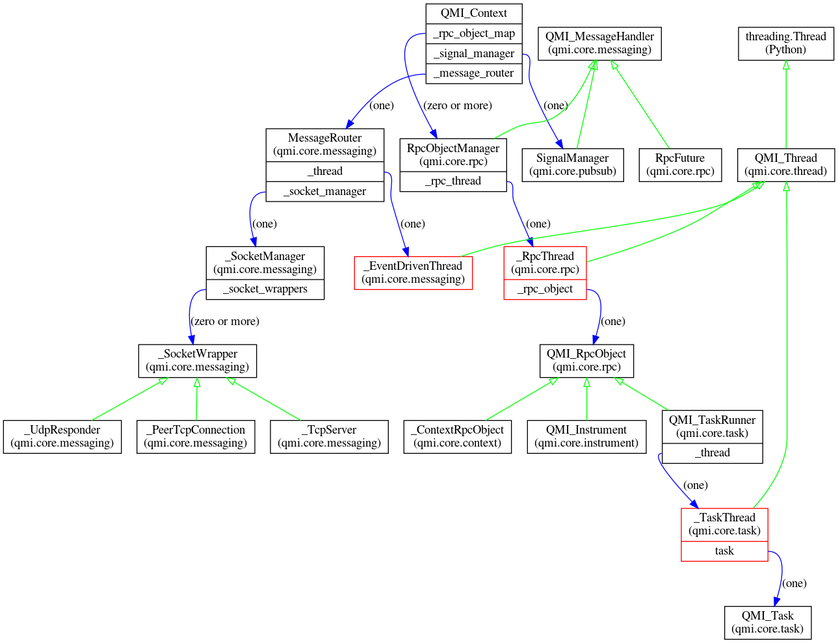
The Graphviz diagram documentation/sphinx/source/images/class_diagram_main.png in QuTech-Delft/QMI, before a commit. Its source is kept beside it as documentation/sphinx/source/images/class_diagram_main.dot. Source of this version:
```dot
digraph {

    cls_qmi_context [shape=record label="{ QMI_Context | <rpc_objects> _rpc_object_map | <signal_manager> _signal_manager | <message_router> _message_router }"];

    cls_message_router [shape=record label="{ MessageRouter\n(qmi.core.messaging) | <thread> _thread | <socket_manager> _socket_manager }" ];

    cls_socket_manager [shape=record label="{ _SocketManager\n(qmi.core.messaging) | <socket_wrappers> _socket_wrappers }" ];


    cls_socket_wrapper       [shape=record label="{ _SocketWrapper\n(qmi.core.messaging) }" ];
    cls_udp_responder        [shape=record label="{ _UdpResponder\n(qmi.core.messaging) }" ];
    cls_peer_tcp_connection  [shape=record label="{ _PeerTcpConnection\n(qmi.core.messaging) }" ];
    cls_tcp_server           [shape=record label="{ _TcpServer\n(qmi.core.messaging) }" ];


    cls_qmi_message_handler [shape=record label="{ QMI_MessageHandler\n(qmi.core.messaging) }" ];
    cls_rpc_object_manager  [shape=record label="{ RpcObjectManager\n(qmi.core.rpc) | <rpc_thread> _rpc_thread }" ];
    cls_rpc_future          [shape=record label="{ RpcFuture\n(qmi.core.rpc) }" ];
    cls_signal_manager      [shape=record label="{ SignalManager\n(qmi.core.pubsub) }" ];


    cls_rpc_object          [shape=record label="{ QMI_RpcObject\n(qmi.core.rpc) }"        ];
    cls_context_rpc_object  [shape=record label="{ _ContextRpcObject\n(qmi.core.context) }"];
    cls_qmi_instrument      [shape=record label="{ QMI_Instrument\n(qmi.core.instrument) }"];
    cls_qmi_task_runner     [shape=record label="{ QMI_TaskRunner\n(qmi.core.task) | <thread> _thread }" ];


    cls_python_thread       [shape=record label="{ threading.Thread\n(Python) }"];
    cls_qmi_thread          [shape=record label="{ QMI_Thread\n(qmi.core.thread) }"];
    cls_rpc_thread          [shape=record label="{ _RpcThread\n(qmi.core.rpc) | <rpc_object> _rpc_object}" color=red ];
    cls_event_driven_thread [shape=record label="{ _EventDrivenThread\n(qmi.core.messaging) }" color=red ];
    cls_task_thread         [shape=record label="{ _TaskThread\n(qmi.core.task) | <task> task }" color=red ];


    cls_qmi_task            [shape=record label="{ QMI_Task\n(qmi.core.task) }"];




    cls_qmi_message_handler -> cls_rpc_object_manager  [dir="back" arrowtail="onormal" color="green"];
    cls_qmi_message_handler -> cls_rpc_future          [dir="back" arrowtail="onormal" color="green"];
    cls_qmi_message_handler -> cls_signal_manager      [dir="back" arrowtail="onormal" color="green"];

    cls_python_thread -> cls_qmi_thread            [dir="back" arrowtail="onormal" color="green"];
    cls_qmi_thread    -> cls_rpc_thread            [dir="back" arrowtail="onormal" color="green"];
    cls_qmi_thread    -> cls_event_driven_thread   [dir="back" arrowtail="onormal" color="green"];
    cls_qmi_thread    -> cls_task_thread           [dir="back" arrowtail="onormal" color="green"];

    cls_rpc_object -> cls_context_rpc_object  [dir="back" arrowtail="onormal" color="green"];
    cls_rpc_object -> cls_qmi_instrument      [dir="back" arrowtail="onormal" color="green"];
    cls_rpc_object -> cls_qmi_task_runner     [dir="back" arrowtail="onormal" color="green"];

    cls_socket_wrapper    -> cls_udp_responder        [dir="back" arrowtail="onormal" color="green"];
    cls_socket_wrapper    -> cls_peer_tcp_connection  [dir="back" arrowtail="onormal" color="green"];
    cls_socket_wrapper    -> cls_tcp_server           [dir="back" arrowtail="onormal" color="green"];


    cls_qmi_context:rpc_objects:w       -> cls_rpc_object_manager [color="blue", label="(zero or more)"];
    cls_rpc_thread:rpc_object:e         -> cls_rpc_object         [color="blue", label="(one)"];
    cls_rpc_object_manager:rpc_thread:e -> cls_rpc_thread         [color="blue", label="(one)"];

    cls_qmi_task_runner:thread:w -> cls_task_thread [color="blue", label="(one)"];
    cls_task_thread:task:e -> cls_qmi_task [color="blue", label="(one)"];

    cls_message_router:thread:e -> cls_event_driven_thread [color="blue", label="(one)"];
    cls_message_router:socket_manager:w -> cls_socket_manager [color="blue", label="(one)"];
    cls_socket_manager:socket_wrappers:w -> cls_socket_wrapper [color="blue", label="(zero or more)"];

    cls_qmi_context:signal_manager:e -> cls_signal_manager [color="blue", label="(one)"];
    cls_qmi_context:message_router:w -> cls_message_router [color="blue", label="(one)"];
}
```
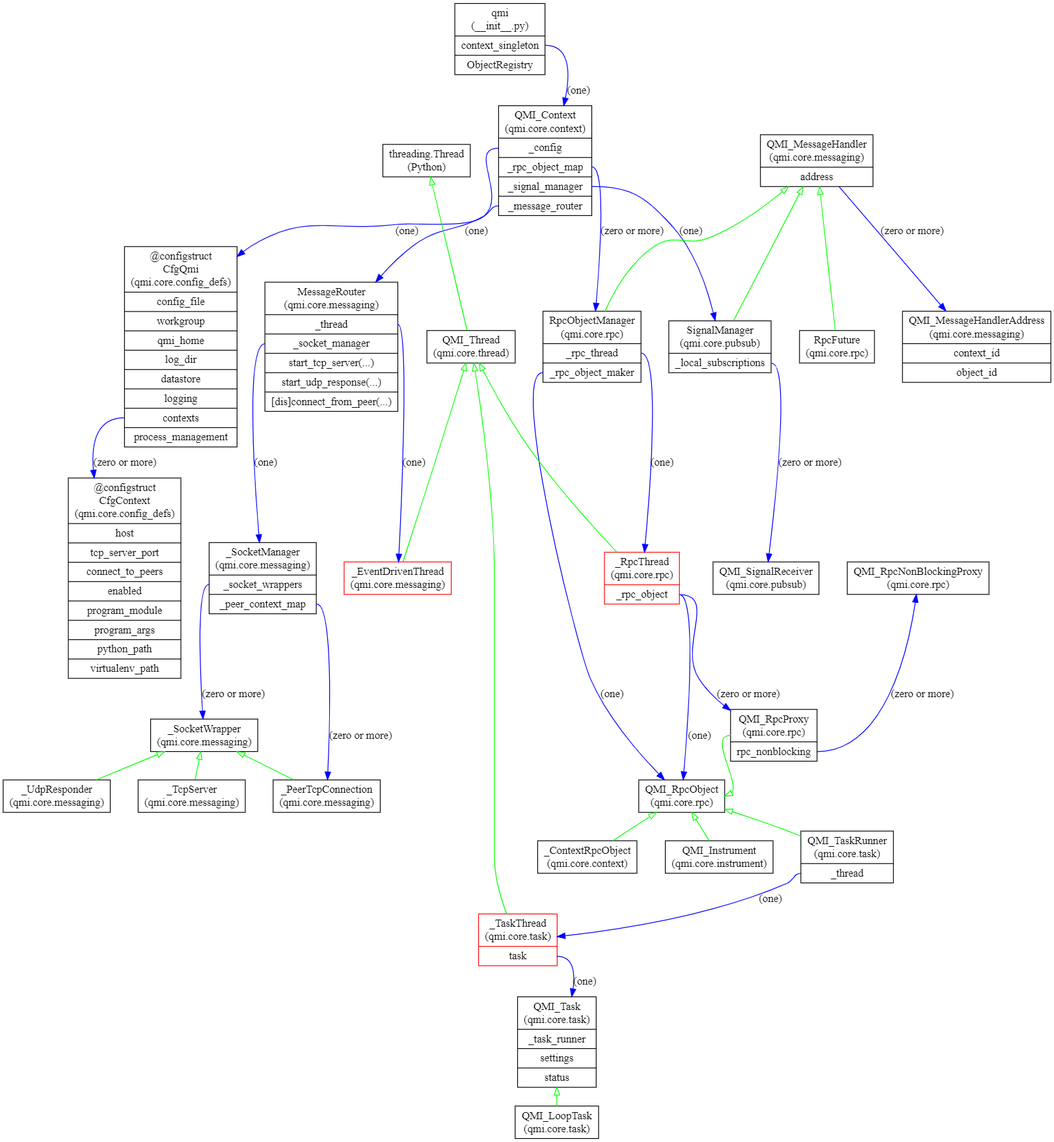
The same file after the commit.

What changed in the source:
```diff
@@ -1,71 +1,102 @@
 digraph {
-
-    cls_qmi_context [shape=record label="{ QMI_Context | <rpc_objects> _rpc_object_map | <signal_manager> _signal_manager | <message_router> _message_router }"];
-
-    cls_message_router [shape=record label="{ MessageRouter\n(qmi.core.messaging) | <thread> _thread | <socket_manager> _socket_manager }" ];
-
-    cls_socket_manager [shape=record label="{ _SocketManager\n(qmi.core.messaging) | <socket_wrappers> _socket_wrappers }" ];
+    ranksep=0.3
+    nodesep=0.5
 
 
-    cls_socket_wrapper       [shape=record label="{ _SocketWrapper\n(qmi.core.messaging) }" ];
-    cls_udp_responder        [shape=record label="{ _UdpResponder\n(qmi.core.messaging) }" ];
-    cls_peer_tcp_connection  [shape=record label="{ _PeerTcpConnection\n(qmi.core.messaging) }" ];
-    cls_tcp_server           [shape=record label="{ _TcpServer\n(qmi.core.messaging) }" ];
+    qmi_module              [shape=record label="{ qmi\n(__init__.py) | <ctx_singleton> context_singleton | ObjectRegistry }"];
 
 
-    cls_qmi_message_handler [shape=record label="{ QMI_MessageHandler\n(qmi.core.messaging) }" ];
-    cls_rpc_object_manager  [shape=record label="{ RpcObjectManager\n(qmi.core.rpc) | <rpc_thread> _rpc_thread }" ];
-    cls_rpc_future          [shape=record label="{ RpcFuture\n(qmi.core.rpc) }" ];
-    cls_signal_manager      [shape=record label="{ SignalManager\n(qmi.core.pubsub) }" ];
+    cls_qmi_context         [shape=record label="{ QMI_Context\n(qmi.core.context) | <qmi_config> _config | <rpc_objects> _rpc_object_map | <signal_manager> _signal_manager | <message_router> _message_router }"];
+
+    cls_message_router      [shape=record label="{ MessageRouter\n(qmi.core.messaging) | <thread> _thread | <socket_manager> _socket_manager | start_tcp_server(...) | start_udp_response(...) | [dis]connect_from_peer(...) }" ];
+
+    cls_socket_manager      [shape=record label="{ _SocketManager\n(qmi.core.messaging) | <socket_wrappers> _socket_wrappers | <peer_ctx_map> _peer_context_map }" ];
+
+    cls_cfg_qmi             [shape=record label="{ @configstruct\nCfgQmi\n(qmi.core.config_defs) | <cfg_file> config_file | workgroup | qmi_home | log_dir | datastore | <cfg_logging> logging | <cfg_ctx> contexts | <cfg_proc_mgmt> process_management }"];
+
+    cls_cfg_ctx             [shape=record label="{ @configstruct\nCfgContext\n(qmi.core.config_defs) | host | tcp_server_port | connect_to_peers | enabled | program_module | program_args | python_path | virtualenv_path }"];
 
 
-    cls_rpc_object          [shape=record label="{ QMI_RpcObject\n(qmi.core.rpc) }"        ];
-    cls_context_rpc_object  [shape=record label="{ _ContextRpcObject\n(qmi.core.context) }"];
-    cls_qmi_instrument      [shape=record label="{ QMI_Instrument\n(qmi.core.instrument) }"];
-    cls_qmi_task_runner     [shape=record label="{ QMI_TaskRunner\n(qmi.core.task) | <thread> _thread }" ];
+    cls_socket_wrapper      [shape=record label="{ _SocketWrapper\n(qmi.core.messaging) }" ];
+    cls_udp_responder       [shape=record label="{ _UdpResponder\n(qmi.core.messaging) }" ];
+    cls_peer_tcp_connection [shape=record label="{ _PeerTcpConnection\n(qmi.core.messaging) }" ];
+    cls_tcp_server          [shape=record label="{ _TcpServer\n(qmi.core.messaging) }" ];
 
 
-    cls_python_thread       [shape=record label="{ threading.Thread\n(Python) }"];
-    cls_qmi_thread          [shape=record label="{ QMI_Thread\n(qmi.core.thread) }"];
+    cls_qmi_message_handler [shape=record label="{ QMI_MessageHandler\n(qmi.core.messaging) | <msghanlderaddr> address }" ];
+    cls_qmi_msg_handlr_addr [shape=record label="{ QMI_MessageHandlerAddress\n(qmi.core.messaging) | context_id | object_id }" ];
+    cls_rpc_object_manager  [shape=record label="{ RpcObjectManager\n(qmi.core.rpc) | <rpc_thread> _rpc_thread | <rpc_obj_mkr> _rpc_object_maker }" ];
+    cls_rpc_future          [shape=record label="{ RpcFuture\n(qmi.core.rpc) }" ];
+    cls_signal_manager      [shape=record label="{ SignalManager\n(qmi.core.pubsub) | <local_subs> _local_subscriptions }" ];
+
+
+    cls_rpc_object          [shape=record label="{ QMI_RpcObject\n(qmi.core.rpc) }" ];
+    cls_rpc_proxy           [shape=record label="{ QMI_RpcProxy\n(qmi.core.rpc) | <nonblocking> rpc_nonblocking }" ];
+    cls_rpc_nb_proxy        [shape=record label="{ QMI_RpcNonBlockingProxy\n(qmi.core.rpc) }" ];
+    cls_context_rpc_object  [shape=record label="{ _ContextRpcObject\n(qmi.core.context) }" ];
+    cls_qmi_instrument      [shape=record label="{ QMI_Instrument\n(qmi.core.instrument) }" ];
+
+
+    cls_python_thread       [shape=record label="{ threading.Thread\n(Python) }" ];
+    cls_qmi_thread          [shape=record label="{ QMI_Thread\n(qmi.core.thread) }" ];
     cls_rpc_thread          [shape=record label="{ _RpcThread\n(qmi.core.rpc) | <rpc_object> _rpc_object}" color=red ];
     cls_event_driven_thread [shape=record label="{ _EventDrivenThread\n(qmi.core.messaging) }" color=red ];
     cls_task_thread         [shape=record label="{ _TaskThread\n(qmi.core.task) | <task> task }" color=red ];
 
 
-    cls_qmi_task            [shape=record label="{ QMI_Task\n(qmi.core.task) }"];
+    cls_qmi_task_runner     [shape=record label="{ QMI_TaskRunner\n(qmi.core.task) | <thread> _thread }" ];
+    cls_qmi_task            [shape=record label="{ QMI_Task\n(qmi.core.task) | <task_runner> _task_runner | settings | status }"];
+    cls_qmi_looptask        [shape=record label="{ QMI_LoopTask\n(qmi.core.task) }"];
 
 
+    cls_qmi_signalrecv      [shape=record label="{ QMI_SignalReceiver\n(qmi.core.pubsub) }"];
 
 
     cls_qmi_message_handler -> cls_rpc_object_manager  [dir="back" arrowtail="onormal" color="green"];
     cls_qmi_message_handler -> cls_rpc_future          [dir="back" arrowtail="onormal" color="green"];
     cls_qmi_message_handler -> cls_signal_manager      [dir="back" arrowtail="onormal" color="green"];
 
-    cls_python_thread -> cls_qmi_thread            [dir="back" arrowtail="onormal" color="green"];
-    cls_qmi_thread    -> cls_rpc_thread            [dir="back" arrowtail="onormal" color="green"];
-    cls_qmi_thread    -> cls_event_driven_thread   [dir="back" arrowtail="onormal" color="green"];
-    cls_qmi_thread    -> cls_task_thread           [dir="back" arrowtail="onormal" color="green"];
+    cls_python_thread -> cls_qmi_thread                [dir="back" arrowtail="onormal" color="green"];
+    cls_qmi_thread    -> cls_rpc_thread                [dir="back" arrowtail="onormal" color="green"];
+    cls_qmi_thread    -> cls_event_driven_thread       [dir="back" arrowtail="onormal" color="green"];
+    cls_qmi_thread    -> cls_task_thread               [dir="back" arrowtail="onormal" color="green"];
 
-    cls_rpc_object -> cls_context_rpc_object  [dir="back" arrowtail="onormal" color="green"];
-    cls_rpc_object -> cls_qmi_instrument      [dir="back" arrowtail="onormal" color="green"];
-    cls_rpc_object -> cls_qmi_task_runner     [dir="back" arrowtail="onormal" color="green"];
+    cls_rpc_proxy  -> cls_rpc_object:e                 [arrowhead="onormal" color="green"];
+    cls_rpc_object -> cls_context_rpc_object           [dir="back" arrowtail="onormal" color="green"];
+    cls_rpc_object -> cls_qmi_instrument               [dir="back" arrowtail="onormal" color="green"];
+    cls_rpc_object -> cls_qmi_task_runner              [dir="back" arrowtail="onormal" color="green"];
 
-    cls_socket_wrapper    -> cls_udp_responder        [dir="back" arrowtail="onormal" color="green"];
-    cls_socket_wrapper    -> cls_peer_tcp_connection  [dir="back" arrowtail="onormal" color="green"];
-    cls_socket_wrapper    -> cls_tcp_server           [dir="back" arrowtail="onormal" color="green"];
+    cls_socket_wrapper    -> cls_udp_responder         [dir="back" arrowtail="onormal" color="green"];
+    cls_socket_wrapper    -> cls_peer_tcp_connection   [dir="back" arrowtail="onormal" color="green"];
+    cls_socket_wrapper    -> cls_tcp_server            [dir="back" arrowtail="onormal" color="green"];
+
+    cls_qmi_task    -> cls_qmi_looptask                [dir="back" arrowtail="onormal" color="green"];
 
 
-    cls_qmi_context:rpc_objects:w       -> cls_rpc_object_manager [color="blue", label="(zero or more)"];
-    cls_rpc_thread:rpc_object:e         -> cls_rpc_object         [color="blue", label="(one)"];
-    cls_rpc_object_manager:rpc_thread:e -> cls_rpc_thread         [color="blue", label="(one)"];
+    qmi_module:ctx_singleton:e           -> cls_qmi_context         [color="blue", label="(one)"];
 
-    cls_qmi_task_runner:thread:w -> cls_task_thread [color="blue", label="(one)"];
-    cls_task_thread:task:e -> cls_qmi_task [color="blue", label="(one)"];
+    cls_qmi_context:qmi_config:w         -> cls_cfg_qmi             [color="blue", label="(one)"];
+    cls_qmi_context:rpc_objects:e        -> cls_rpc_object_manager  [color="blue", label="(zero or more)"];
+    cls_rpc_thread:rpc_object:e          -> cls_rpc_object          [color="blue", label="(one)"];
+    cls_rpc_thread:rpc_object:e          -> cls_rpc_proxy           [color="blue", label="(zero or more)"];
+    cls_rpc_object_manager:rpc_thread:e  -> cls_rpc_thread          [color="blue", label="(one)"];
+    cls_rpc_object_manager:rpc_obj_mkr:w -> cls_rpc_object          [color="blue", label="(one)"];
+    cls_rpc_np_proxy               -> cls_rpc_proxy:nonblocking:e   [color="blue", label="(zero or more)"];
 
-    cls_message_router:thread:e -> cls_event_driven_thread [color="blue", label="(one)"];
-    cls_message_router:socket_manager:w -> cls_socket_manager [color="blue", label="(one)"];
-    cls_socket_manager:socket_wrappers:w -> cls_socket_wrapper [color="blue", label="(zero or more)"];
+    cls_signal_manager:local_subs:e      -> cls_qmi_signalrecv      [color="blue", label="(zero or more)"];
 
-    cls_qmi_context:signal_manager:e -> cls_signal_manager [color="blue", label="(one)"];
-    cls_qmi_context:message_router:w -> cls_message_router [color="blue", label="(one)"];
+    cls_qmi_message_handler:address:e    -> cls_qmi_msg_handlr_addr [color="blue", label="(zero or more)"];
+
+    cls_cfg_qmi:cfg_ctx:w                -> cls_cfg_ctx             [color="blue", label="(zero or more)"];
+
+    cls_qmi_task_runner:thread:w         -> cls_task_thread         [color="blue", label="(one)"];
+    cls_task_thread:task:e               -> cls_qmi_task            [color="blue", label="(one)"];
+
+    cls_message_router:thread:e          -> cls_event_driven_thread [color="blue", label="(one)"];
+    cls_message_router:socket_manager:w  -> cls_socket_manager      [color="blue", label="(one)"];
+    cls_socket_manager:socket_wrappers:w -> cls_socket_wrapper      [color="blue", label="(zero or more)"];
+    cls_socket_manager:peer_ctx_map:e    -> cls_peer_tcp_connection [color="blue", label="(zero or more)"];
+
+    cls_qmi_context:signal_manager:e     -> cls_signal_manager      [color="blue", label="(one)"];
+    cls_qmi_context:message_router:w     -> cls_message_router      [color="blue", label="(one)"];
 }
```
